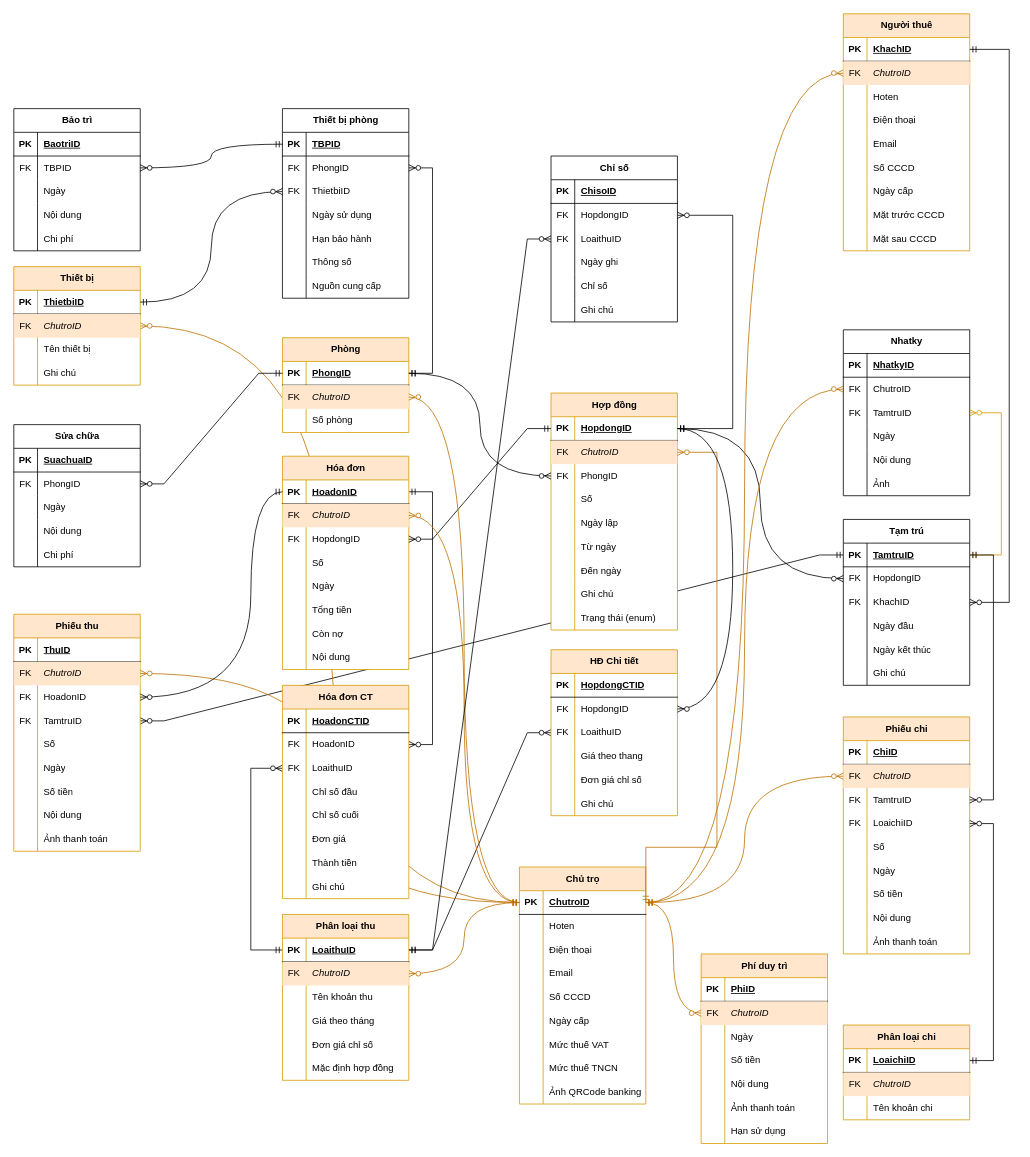
Above: PhongTro ERD v2.drawio in vy34/MyPhongTro (draw.io), before the change. Source tidied: cells renumbered, new cells numbered last; positions are measured from the earlier drawing's top-left corner, leaving out a move shared by most shapes. Both pictures are drawn from the tidied source at 79%, with x=0, y=0 at pixel (13, 13).
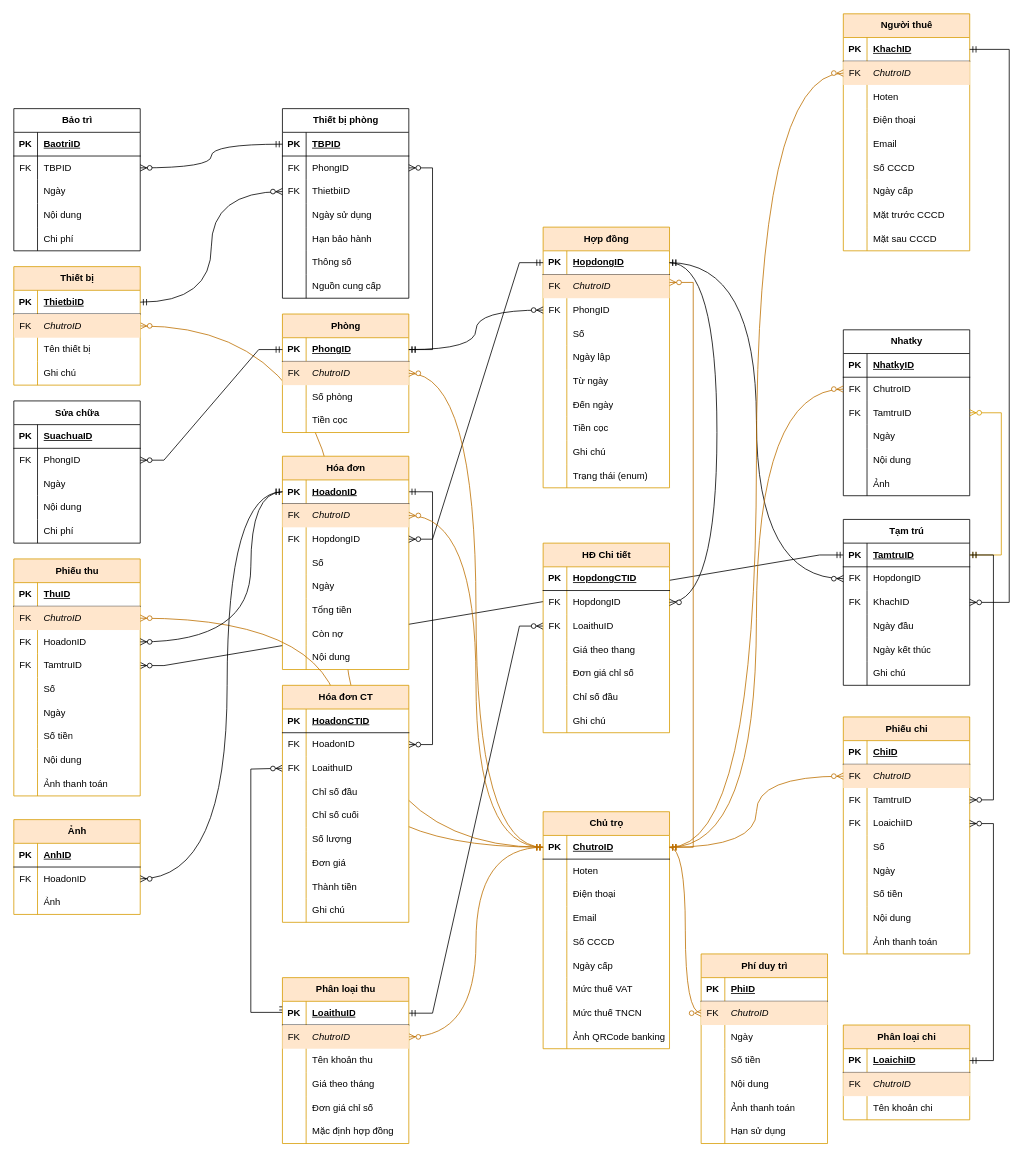
The same diagram, later.

The change refers to these unchanged cells:
```xml
<mxCell id="119" style="shape=tableRow;horizontal=0;startSize=0;swimlaneHead=0;swimlaneBody=0;fillColor=none;points=[[0,0.5],[1,0.5]];portConstraint=eastwest;top=0;left=0;right=0;bottom=1;" parent="118" vertex="1">
  <mxGeometry y="30" width="160" height="30" as="geometry" />
</mxCell>
<mxCell id="122" style="shape=tableRow;horizontal=0;startSize=0;swimlaneHead=0;swimlaneBody=0;fillColor=#ffe6cc;points=[[0,0.5],[1,0.5]];portConstraint=eastwest;top=0;left=0;right=0;bottom=0;strokeColor=#d79b00;" parent="118" vertex="1">
  <mxGeometry y="60" width="160" height="30" as="geometry" />
</mxCell>
<mxCell id="190" style="shape=tableRow;horizontal=0;startSize=0;swimlaneHead=0;swimlaneBody=0;fillColor=none;points=[[0,0.5],[1,0.5]];portConstraint=eastwest;top=0;left=0;right=0;bottom=1;" parent="189" vertex="1">
  <mxGeometry y="30" width="160" height="30" as="geometry" />
</mxCell>
<mxCell id="234" style="shape=tableRow;horizontal=0;startSize=0;swimlaneHead=0;swimlaneBody=0;fillColor=none;points=[[0,0.5],[1,0.5]];portConstraint=eastwest;top=0;left=0;right=0;bottom=1;" parent="233" vertex="1">
  <mxGeometry y="30" width="160" height="30" as="geometry" />
</mxCell>
<mxCell id="272" style="shape=tableRow;horizontal=0;startSize=0;swimlaneHead=0;swimlaneBody=0;fillColor=none;points=[[0,0.5],[1,0.5]];portConstraint=eastwest;top=0;left=0;right=0;bottom=0;" parent="265" vertex="1">
  <mxGeometry y="90" width="160" height="30" as="geometry" />
</mxCell>
<mxCell id="352" style="shape=tableRow;horizontal=0;startSize=0;swimlaneHead=0;swimlaneBody=0;fillColor=none;points=[[0,0.5],[1,0.5]];portConstraint=eastwest;top=0;left=0;right=0;bottom=0;" parent="348" vertex="1">
  <mxGeometry y="60" width="160" height="30" as="geometry" />
</mxCell>
<mxCell id="369" style="shape=tableRow;horizontal=0;startSize=0;swimlaneHead=0;swimlaneBody=0;fillColor=none;points=[[0,0.5],[1,0.5]];portConstraint=eastwest;top=0;left=0;right=0;bottom=1;" parent="368" vertex="1">
  <mxGeometry y="30" width="160" height="30" as="geometry" />
</mxCell>
<mxCell id="394" style="shape=tableRow;horizontal=0;startSize=0;swimlaneHead=0;swimlaneBody=0;fillColor=none;points=[[0,0.5],[1,0.5]];portConstraint=eastwest;top=0;left=0;right=0;bottom=0;" parent="387" vertex="1">
  <mxGeometry y="90" width="160" height="30" as="geometry" />
</mxCell>
```

Diff of the diagram source:
```diff
@@
     <mxCell id="4" style="edgeStyle=orthogonalEdgeStyle;fontSize=12;html=1;endArrow=ERzeroToMany;startArrow=ERmandOne;rounded=0;entryX=0;entryY=0.5;entryDx=0;entryDy=0;exitX=0;exitY=0.5;exitDx=0;exitDy=0;" parent="1" edge="1" source="369" target="394">
       <mxGeometry relative="1" as="geometry">
         <Array as="points">
-          <mxPoint x="300" y="1185" />
-          <mxPoint x="300" y="955" />
+          <mxPoint x="300" y="1264" />
+          <mxPoint x="300" y="956" />
         </Array>
       </mxGeometry>
     </mxCell>
@@
     <mxCell id="7" value="Phòng" style="shape=table;startSize=30;childLayout=tableLayout;rowLines=0;fontStyle=1;align=center;html=1;swimlaneFillColor=default;fillColor=#ffe6cc;strokeColor=#d79b00;" parent="1" vertex="1">
-      <mxGeometry x="340" y="410" width="160" height="120" as="geometry" />
+      <mxGeometry x="340" y="380" width="160" height="150" as="geometry" />
     </mxCell>
@@
+    <mxCell id="159" style="shape=tableRow;horizontal=0;startSize=0;swimlaneHead=0;swimlaneBody=0;fillColor=none;top=0;left=0;right=0;bottom=0;" parent="7" vertex="1">
+      <mxGeometry y="120" width="160" height="30" as="geometry" />
+    </mxCell>
+    <mxCell id="425" style="shape=partialRectangle;fillColor=none;top=0;left=0;bottom=0;right=0;overflow=hidden;whiteSpace=wrap;html=1;" parent="159" vertex="1">
+      <mxGeometry width="30" height="30" as="geometry" />
+    </mxCell>
+    <mxCell id="426" value="Tiền cọc" style="shape=partialRectangle;fillColor=none;top=0;left=0;bottom=0;right=0;align=left;spacingLeft=6;overflow=hidden;whiteSpace=wrap;html=1;" parent="159" vertex="1">
+      <mxGeometry x="30" width="130" height="30" as="geometry" />
+    </mxCell>
@@
     <mxCell id="118" value="Hợp đồng" style="shape=table;startSize=30;childLayout=tableLayout;rowLines=0;fontStyle=1;align=center;html=1;fillColor=#ffe6cc;swimlaneFillColor=default;strokeColor=#d79b00;" parent="1" vertex="1">
-      <mxGeometry x="680" y="480" width="160" height="300" as="geometry" />
+      <mxGeometry x="670" y="270" width="160" height="330" as="geometry" />
     </mxCell>
@@
+    <mxCell id="427" style="shape=tableRow;horizontal=0;startSize=0;swimlaneHead=0;swimlaneBody=0;fillColor=none;top=0;left=0;right=0;bottom=0;" parent="118" vertex="1">
+      <mxGeometry y="240" width="160" height="30" as="geometry" />
+    </mxCell>
+    <mxCell id="428" style="shape=partialRectangle;fillColor=none;top=0;left=0;bottom=0;right=0;overflow=hidden;whiteSpace=wrap;html=1;" parent="427" vertex="1">
+      <mxGeometry width="30" height="30" as="geometry" />
+    </mxCell>
+    <mxCell id="429" value="Tiền cọc" style="shape=partialRectangle;fillColor=none;top=0;left=0;bottom=0;right=0;align=left;spacingLeft=6;overflow=hidden;whiteSpace=wrap;html=1;" parent="427" vertex="1">
+      <mxGeometry x="30" width="130" height="30" as="geometry" />
+    </mxCell>
     <mxCell id="140" style="shape=tableRow;horizontal=0;startSize=0;swimlaneHead=0;swimlaneBody=0;fillColor=none;top=0;left=0;right=0;bottom=0;" parent="118" vertex="1">
-      <mxGeometry y="240" width="160" height="30" as="geometry" />
+      <mxGeometry y="270" width="160" height="30" as="geometry" />
     </mxCell>
@@
     <mxCell id="143" style="shape=tableRow;horizontal=0;startSize=0;swimlaneHead=0;swimlaneBody=0;fillColor=none;top=0;left=0;right=0;bottom=0;" parent="118" vertex="1">
-      <mxGeometry y="270" width="160" height="30" as="geometry" />
+      <mxGeometry y="300" width="160" height="30" as="geometry" />
     </mxCell>
@@
-    <mxCell id="149" value="Chỉ số" style="shape=table;startSize=30;childLayout=tableLayout;rowLines=0;fontStyle=1;align=center;html=1;swimlaneFillColor=default;" parent="1" vertex="1">
-      <mxGeometry x="680" y="180" width="160" height="210" as="geometry" />
-    </mxCell>
-    <mxCell id="150" style="shape=tableRow;horizontal=0;startSize=0;swimlaneHead=0;swimlaneBody=0;fillColor=none;top=0;left=0;right=0;bottom=1;" parent="149" vertex="1">
-      <mxGeometry y="30" width="160" height="30" as="geometry" />
-    </mxCell>
-    <mxCell id="151" value="PK" style="shape=partialRectangle;fillColor=none;top=0;left=0;bottom=0;right=0;fontStyle=1;overflow=hidden;whiteSpace=wrap;html=1;" parent="150" vertex="1">
-      <mxGeometry width="30" height="30" as="geometry" />
-    </mxCell>
-    <mxCell id="152" value="ChisoID" style="shape=partialRectangle;fillColor=none;top=0;left=0;bottom=0;right=0;align=left;spacingLeft=6;fontStyle=5;overflow=hidden;whiteSpace=wrap;html=1;" parent="150" vertex="1">
-      <mxGeometry x="30" width="130" height="30" as="geometry" />
-    </mxCell>
-    <mxCell id="153" style="shape=tableRow;horizontal=0;startSize=0;swimlaneHead=0;swimlaneBody=0;fillColor=none;points=[[0,0.5],[1,0.5]];portConstraint=eastwest;top=0;left=0;right=0;bottom=0;" parent="149" vertex="1">
-      <mxGeometry y="60" width="160" height="30" as="geometry" />
-    </mxCell>
-    <mxCell id="154" value="FK" style="shape=partialRectangle;fillColor=none;top=0;left=0;bottom=0;right=0;overflow=hidden;whiteSpace=wrap;html=1;" parent="153" vertex="1">
-      <mxGeometry width="30" height="30" as="geometry" />
-    </mxCell>
-    <mxCell id="155" value="HopdongID" style="shape=partialRectangle;fillColor=none;top=0;left=0;bottom=0;right=0;align=left;spacingLeft=6;overflow=hidden;whiteSpace=wrap;html=1;" parent="153" vertex="1">
-      <mxGeometry x="30" width="130" height="30" as="geometry" />
-    </mxCell>
-    <mxCell id="156" style="shape=tableRow;horizontal=0;startSize=0;swimlaneHead=0;swimlaneBody=0;fillColor=none;points=[[0,0.5],[1,0.5]];portConstraint=eastwest;top=0;left=0;right=0;bottom=0;" parent="149" vertex="1">
-      <mxGeometry y="90" width="160" height="30" as="geometry" />
-    </mxCell>
-    <mxCell id="157" value="FK" style="shape=partialRectangle;fillColor=none;top=0;left=0;bottom=0;right=0;overflow=hidden;whiteSpace=wrap;html=1;" parent="156" vertex="1">
-      <mxGeometry width="30" height="30" as="geometry" />
-    </mxCell>
-    <mxCell id="158" value="LoaithuID" style="shape=partialRectangle;fillColor=none;top=0;left=0;bottom=0;right=0;align=left;spacingLeft=6;overflow=hidden;whiteSpace=wrap;html=1;" parent="156" vertex="1">
-      <mxGeometry x="30" width="130" height="30" as="geometry" />
-    </mxCell>
-    <mxCell id="159" style="shape=tableRow;horizontal=0;startSize=0;swimlaneHead=0;swimlaneBody=0;fillColor=none;top=0;left=0;right=0;bottom=0;" parent="149" vertex="1">
-      <mxGeometry y="120" width="160" height="30" as="geometry" />
-    </mxCell>
-    <mxCell id="160" style="shape=partialRectangle;fillColor=none;top=0;left=0;bottom=0;right=0;overflow=hidden;whiteSpace=wrap;html=1;" parent="159" vertex="1">
-      <mxGeometry width="30" height="30" as="geometry" />
-    </mxCell>
-    <mxCell id="161" value="Ngày ghi" style="shape=partialRectangle;fillColor=none;top=0;left=0;bottom=0;right=0;align=left;spacingLeft=6;overflow=hidden;whiteSpace=wrap;html=1;" parent="159" vertex="1">
-      <mxGeometry x="30" width="130" height="30" as="geometry" />
-    </mxCell>
-    <mxCell id="162" style="shape=tableRow;horizontal=0;startSize=0;swimlaneHead=0;swimlaneBody=0;fillColor=none;top=0;left=0;right=0;bottom=0;" parent="149" vertex="1">
-      <mxGeometry y="150" width="160" height="30" as="geometry" />
-    </mxCell>
-    <mxCell id="163" style="shape=partialRectangle;fillColor=none;top=0;left=0;bottom=0;right=0;overflow=hidden;whiteSpace=wrap;html=1;" parent="162" vertex="1">
-      <mxGeometry width="30" height="30" as="geometry" />
-    </mxCell>
-    <mxCell id="164" value="Chỉ số" style="shape=partialRectangle;fillColor=none;top=0;left=0;bottom=0;right=0;align=left;spacingLeft=6;overflow=hidden;whiteSpace=wrap;html=1;" parent="162" vertex="1">
-      <mxGeometry x="30" width="130" height="30" as="geometry" />
-    </mxCell>
-    <mxCell id="165" style="shape=tableRow;horizontal=0;startSize=0;swimlaneHead=0;swimlaneBody=0;fillColor=none;top=0;left=0;right=0;bottom=0;" parent="149" vertex="1">
-      <mxGeometry y="180" width="160" height="30" as="geometry" />
-    </mxCell>
-    <mxCell id="166" style="shape=partialRectangle;fillColor=none;top=0;left=0;bottom=0;right=0;overflow=hidden;whiteSpace=wrap;html=1;" parent="165" vertex="1">
-      <mxGeometry width="30" height="30" as="geometry" />
-    </mxCell>
-    <mxCell id="167" value="Ghi chú" style="shape=partialRectangle;fillColor=none;top=0;left=0;bottom=0;right=0;align=left;spacingLeft=6;overflow=hidden;whiteSpace=wrap;html=1;" parent="165" vertex="1">
-      <mxGeometry x="30" width="130" height="30" as="geometry" />
-    </mxCell>
-    <mxCell id="168" style="edgeStyle=orthogonalEdgeStyle;fontSize=12;html=1;endArrow=ERzeroToMany;startArrow=ERmandOne;rounded=0;exitX=1;exitY=0.5;exitDx=0;exitDy=0;entryX=1;entryY=0.5;entryDx=0;entryDy=0;" parent="1" edge="1" source="119" target="153">
-      <mxGeometry relative="1" as="geometry">
-        <Array as="points">
-          <mxPoint x="910" y="525" />
-          <mxPoint x="910" y="255" />
-        </Array>
-      </mxGeometry>
-    </mxCell>
@@
     <mxCell id="216" value="Sửa chữa" style="shape=table;startSize=30;childLayout=tableLayout;rowLines=0;fontStyle=1;align=center;html=1;swimlaneFillColor=default;" parent="1" vertex="1">
-      <mxGeometry y="520" width="160" height="180" as="geometry" />
+      <mxGeometry y="490" width="160" height="180" as="geometry" />
     </mxCell>
@@
     <mxCell id="233" value="Chủ trọ" style="shape=table;startSize=30;childLayout=tableLayout;rowLines=0;fontStyle=1;align=center;html=1;swimlaneFillColor=default;fillColor=#ffe6cc;strokeColor=#d79b00;" parent="1" vertex="1">
-      <mxGeometry x="640" y="1080" width="160" height="300" as="geometry" />
+      <mxGeometry x="670" y="1010" width="160" height="300" as="geometry" />
     </mxCell>
@@
-    <mxCell id="262" style="edgeStyle=orthogonalEdgeStyle;fontSize=12;html=1;endArrow=ERzeroToMany;startArrow=ERmandOne;rounded=0;exitX=1;exitY=0.5;exitDx=0;exitDy=0;entryX=1;entryY=0.5;entryDx=0;entryDy=0;fillColor=#f0a30a;strokeColor=#BD7000;" parent="1" edge="1" source="234" target="122">
+    <mxCell id="262" style="edgeStyle=orthogonalEdgeStyle;fontSize=12;html=1;endArrow=ERzeroToMany;startArrow=ERmandOne;rounded=0;exitX=1;exitY=0.5;exitDx=0;exitDy=0;fillColor=#f0a30a;strokeColor=#BD7000;" parent="1" edge="1" source="234">
       <mxGeometry relative="1" as="geometry">
+        <mxPoint x="830" y="340" as="targetPoint" />
         <Array as="points">
-          <mxPoint x="890" y="1055" />
-          <mxPoint x="890" y="555" />
+          <mxPoint x="860" y="1055" />
+          <mxPoint x="860" y="340" />
         </Array>
       </mxGeometry>
     </mxCell>
@@
     <mxCell id="265" value="Phiếu thu" style="shape=table;startSize=30;childLayout=tableLayout;rowLines=0;fontStyle=1;align=center;html=1;swimlaneFillColor=default;fillColor=#ffe6cc;strokeColor=#d79b00;" parent="1" vertex="1">
-      <mxGeometry y="760" width="160" height="300" as="geometry" />
+      <mxGeometry y="690" width="160" height="300" as="geometry" />
     </mxCell>
@@
     <mxCell id="294" style="edgeStyle=orthogonalEdgeStyle;fontSize=12;html=1;endArrow=ERzeroToMany;startArrow=ERmandOne;rounded=0;entryX=1;entryY=0.5;entryDx=0;entryDy=0;exitX=0;exitY=0.5;exitDx=0;exitDy=0;curved=1;" parent="1" edge="1" source="190" target="272">
       <mxGeometry relative="1" as="geometry">
         <Array as="points">
           <mxPoint x="300" y="605" />
-          <mxPoint x="300" y="865" />
+          <mxPoint x="300" y="795" />
         </Array>
       </mxGeometry>
     </mxCell>
@@
     <mxCell id="348" value="HĐ Chi tiết" style="shape=table;startSize=30;childLayout=tableLayout;rowLines=0;fontStyle=1;align=center;html=1;fillColor=#ffe6cc;swimlaneFillColor=default;strokeColor=#d79b00;" parent="1" vertex="1">
-      <mxGeometry x="680" y="805" width="160" height="210" as="geometry" />
+      <mxGeometry x="670" y="670" width="160" height="240" as="geometry" />
     </mxCell>
@@
+    <mxCell id="430" style="shape=tableRow;horizontal=0;startSize=0;swimlaneHead=0;swimlaneBody=0;fillColor=none;top=0;left=0;right=0;bottom=0;" parent="348" vertex="1">
+      <mxGeometry y="180" width="160" height="30" as="geometry" />
+    </mxCell>
+    <mxCell id="431" style="shape=partialRectangle;fillColor=none;top=0;left=0;bottom=0;right=0;overflow=hidden;whiteSpace=wrap;html=1;" parent="430" vertex="1">
+      <mxGeometry width="30" height="30" as="geometry" />
+    </mxCell>
+    <mxCell id="432" value="Chỉ số đầu" style="shape=partialRectangle;fillColor=none;top=0;left=0;bottom=0;right=0;align=left;spacingLeft=6;overflow=hidden;whiteSpace=wrap;html=1;" parent="430" vertex="1">
+      <mxGeometry x="30" width="130" height="30" as="geometry" />
+    </mxCell>
     <mxCell id="364" style="shape=tableRow;horizontal=0;startSize=0;swimlaneHead=0;swimlaneBody=0;fillColor=none;top=0;left=0;right=0;bottom=0;" parent="348" vertex="1">
-      <mxGeometry y="180" width="160" height="30" as="geometry" />
+      <mxGeometry y="210" width="160" height="30" as="geometry" />
     </mxCell>
@@
     <mxCell id="367" style="edgeStyle=orthogonalEdgeStyle;fontSize=12;html=1;endArrow=ERzeroToMany;startArrow=ERmandOne;rounded=0;entryX=1;entryY=0.5;entryDx=0;entryDy=0;exitX=1;exitY=0.5;exitDx=0;exitDy=0;curved=1;" parent="1" edge="1" source="119" target="352">
       <mxGeometry relative="1" as="geometry">
         <Array as="points">
-          <mxPoint x="910" y="525" />
-          <mxPoint x="910" y="880" />
+          <mxPoint x="890" y="315" />
+          <mxPoint x="890" y="745" />
         </Array>
       </mxGeometry>
     </mxCell>
     <mxCell id="368" value="Phân loại thu" style="shape=table;startSize=30;childLayout=tableLayout;rowLines=0;fontStyle=1;align=center;html=1;swimlaneFillColor=default;fillColor=#ffe6cc;strokeColor=#d79b00;" parent="1" vertex="1">
-      <mxGeometry x="340" y="1140" width="160" height="210" as="geometry" />
+      <mxGeometry x="340" y="1220" width="160" height="210" as="geometry" />
     </mxCell>
@@
     <mxCell id="387" value="Hóa đơn CT" style="shape=table;startSize=30;childLayout=tableLayout;rowLines=0;fontStyle=1;align=center;html=1;fillColor=#ffe6cc;swimlaneFillColor=default;strokeColor=#d79b00;" parent="1" vertex="1">
-      <mxGeometry x="340" y="850" width="160" height="270" as="geometry" />
+      <mxGeometry x="340" y="850" width="160" height="300" as="geometry" />
     </mxCell>
@@
+    <mxCell id="433" style="shape=tableRow;horizontal=0;startSize=0;swimlaneHead=0;swimlaneBody=0;fillColor=none;top=0;left=0;right=0;bottom=0;" parent="387" vertex="1">
+      <mxGeometry y="180" width="160" height="30" as="geometry" />
+    </mxCell>
+    <mxCell id="434" style="shape=partialRectangle;fillColor=none;top=0;left=0;bottom=0;right=0;overflow=hidden;whiteSpace=wrap;html=1;" parent="433" vertex="1">
+      <mxGeometry width="30" height="30" as="geometry" />
+    </mxCell>
+    <mxCell id="435" value="Số lượng" style="shape=partialRectangle;fillColor=none;top=0;left=0;bottom=0;right=0;align=left;spacingLeft=6;overflow=hidden;whiteSpace=wrap;html=1;" parent="433" vertex="1">
+      <mxGeometry x="30" width="130" height="30" as="geometry" />
+    </mxCell>
     <mxCell id="403" style="shape=tableRow;horizontal=0;startSize=0;swimlaneHead=0;swimlaneBody=0;fillColor=none;top=0;left=0;right=0;bottom=0;" parent="387" vertex="1">
-      <mxGeometry y="180" width="160" height="30" as="geometry" />
+      <mxGeometry y="210" width="160" height="30" as="geometry" />
     </mxCell>
@@
     <mxCell id="406" style="shape=tableRow;horizontal=0;startSize=0;swimlaneHead=0;swimlaneBody=0;fillColor=none;top=0;left=0;right=0;bottom=0;" parent="387" vertex="1">
-      <mxGeometry y="210" width="160" height="30" as="geometry" />
+      <mxGeometry y="240" width="160" height="30" as="geometry" />
     </mxCell>
@@
     <mxCell id="409" style="shape=tableRow;horizontal=0;startSize=0;swimlaneHead=0;swimlaneBody=0;fillColor=none;top=0;left=0;right=0;bottom=0;" parent="387" vertex="1">
-      <mxGeometry y="240" width="160" height="30" as="geometry" />
+      <mxGeometry y="270" width="160" height="30" as="geometry" />
     </mxCell>
@@
-    <mxCell id="424" style="edgeStyle=entityRelationEdgeStyle;fontSize=12;html=1;endArrow=ERzeroToMany;startArrow=ERmandOne;rounded=0;exitX=1;exitY=0.5;exitDx=0;exitDy=0;entryX=0;entryY=0.5;entryDx=0;entryDy=0;" parent="1" edge="1" source="369" target="156">
-      <mxGeometry relative="1" as="geometry" />
-    </mxCell>
+    <mxCell id="436" value="Ảnh" style="shape=table;startSize=30;childLayout=tableLayout;rowLines=0;fontStyle=1;align=center;html=1;swimlaneFillColor=default;fillColor=#ffe6cc;strokeColor=#d79b00;" parent="1" vertex="1">
+      <mxGeometry y="1020" width="160" height="120" as="geometry" />
+    </mxCell>
+    <mxCell id="150" style="shape=tableRow;horizontal=0;startSize=0;swimlaneHead=0;swimlaneBody=0;fillColor=none;top=0;left=0;right=0;bottom=1;" parent="436" vertex="1">
+      <mxGeometry y="30" width="160" height="30" as="geometry" />
+    </mxCell>
+    <mxCell id="151" value="PK" style="shape=partialRectangle;fillColor=none;top=0;left=0;bottom=0;right=0;fontStyle=1;overflow=hidden;whiteSpace=wrap;html=1;" parent="150" vertex="1">
+      <mxGeometry width="30" height="30" as="geometry" />
+    </mxCell>
+    <mxCell id="437" value="AnhID" style="shape=partialRectangle;fillColor=none;top=0;left=0;bottom=0;right=0;align=left;spacingLeft=6;fontStyle=5;overflow=hidden;whiteSpace=wrap;html=1;" parent="150" vertex="1">
+      <mxGeometry x="30" width="130" height="30" as="geometry" />
+    </mxCell>
+    <mxCell id="153" style="shape=tableRow;horizontal=0;startSize=0;swimlaneHead=0;swimlaneBody=0;fillColor=none;points=[[0,0.5],[1,0.5]];portConstraint=eastwest;top=0;left=0;right=0;bottom=0;" parent="436" vertex="1">
+      <mxGeometry y="60" width="160" height="30" as="geometry" />
+    </mxCell>
+    <mxCell id="438" value="FK" style="shape=partialRectangle;fillColor=none;top=0;left=0;bottom=0;right=0;overflow=hidden;whiteSpace=wrap;html=1;" parent="153" vertex="1">
+      <mxGeometry width="30" height="30" as="geometry" />
+    </mxCell>
+    <mxCell id="439" value="HoadonID" style="shape=partialRectangle;fillColor=none;top=0;left=0;bottom=0;right=0;align=left;spacingLeft=6;overflow=hidden;whiteSpace=wrap;html=1;" parent="153" vertex="1">
+      <mxGeometry x="30" width="130" height="30" as="geometry" />
+    </mxCell>
+    <mxCell id="156" style="shape=tableRow;horizontal=0;startSize=0;swimlaneHead=0;swimlaneBody=0;fillColor=none;points=[[0,0.5],[1,0.5]];portConstraint=eastwest;top=0;left=0;right=0;bottom=0;" parent="436" vertex="1">
+      <mxGeometry y="90" width="160" height="30" as="geometry" />
+    </mxCell>
+    <mxCell id="440" style="shape=partialRectangle;fillColor=none;top=0;left=0;bottom=0;right=0;overflow=hidden;whiteSpace=wrap;html=1;" parent="156" vertex="1">
+      <mxGeometry width="30" height="30" as="geometry" />
+    </mxCell>
+    <mxCell id="441" value="Ảnh" style="shape=partialRectangle;fillColor=none;top=0;left=0;bottom=0;right=0;align=left;spacingLeft=6;overflow=hidden;whiteSpace=wrap;html=1;" parent="156" vertex="1">
+      <mxGeometry x="30" width="130" height="30" as="geometry" />
+    </mxCell>
+    <mxCell id="442" style="edgeStyle=orthogonalEdgeStyle;fontSize=12;html=1;endArrow=ERzeroToMany;startArrow=ERmandOne;rounded=0;entryX=1;entryY=0.5;entryDx=0;entryDy=0;exitX=0;exitY=0.5;exitDx=0;exitDy=0;curved=1;" parent="1" edge="1" source="190" target="153">
+      <mxGeometry relative="1" as="geometry">
+        <Array as="points">
+          <mxPoint x="270" y="605" />
+          <mxPoint x="270" y="1095" />
+        </Array>
+      </mxGeometry>
+    </mxCell>
```
